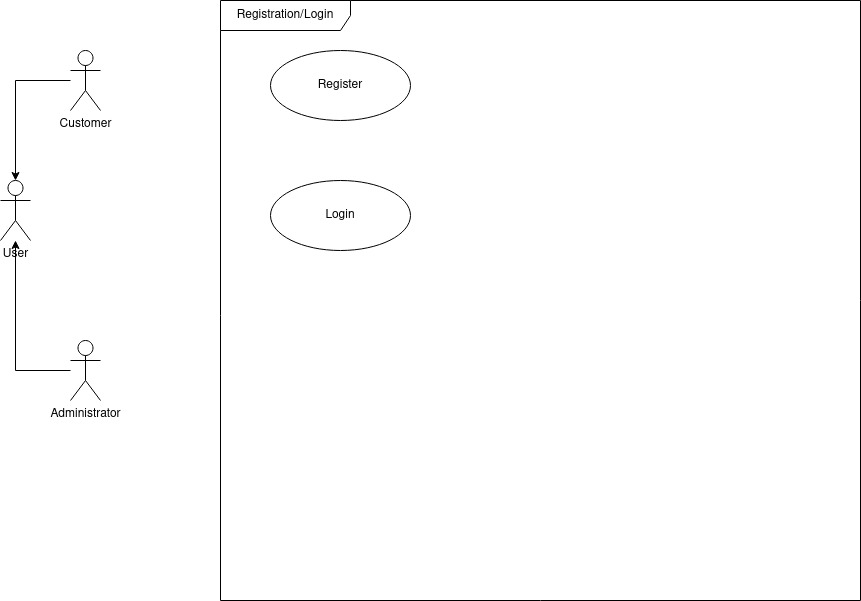
Above: models/usecase_registrationlogin.png in umb-hub/BookStore (draw.io), before the change. Source tidied: cells renumbered, new cells last; positions are measured from the earlier drawing's top-left corner, leaving out a move shared by most shapes. The source it was exported from:
```xml
<mxGraphModel>
  <root>
    <mxCell id="0" />
    <mxCell id="1" parent="0" />
    <mxCell id="2" value="Registration/Login" style="shape=umlFrame;whiteSpace=wrap;html=1;width=130;height=30;" parent="1" vertex="1">
      <mxGeometry x="220" width="640" height="600" as="geometry" />
    </mxCell>
    <mxCell id="3" value="&lt;div&gt;User&lt;/div&gt;" style="shape=umlActor;verticalLabelPosition=bottom;verticalAlign=top;html=1;" parent="1" vertex="1">
      <mxGeometry y="180" width="30" height="60" as="geometry" />
    </mxCell>
    <mxCell id="4" value="Login" style="ellipse;whiteSpace=wrap;html=1;" parent="1" vertex="1">
      <mxGeometry x="270" y="180" width="140" height="70" as="geometry" />
    </mxCell>
    <mxCell id="5" style="edgeStyle=orthogonalEdgeStyle;rounded=0;jettySize=auto;html=1;" parent="1" edge="1" source="6" target="3">
      <mxGeometry relative="1" as="geometry" />
    </mxCell>
    <mxCell id="6" value="Administrator" style="shape=umlActor;verticalLabelPosition=bottom;verticalAlign=top;html=1;" parent="1" vertex="1">
      <mxGeometry x="70" y="340" width="30" height="60" as="geometry" />
    </mxCell>
    <mxCell id="7" style="edgeStyle=orthogonalEdgeStyle;rounded=0;jettySize=auto;html=1;" parent="1" edge="1" source="8" target="3">
      <mxGeometry relative="1" as="geometry" />
    </mxCell>
    <mxCell id="8" value="Customer" style="shape=umlActor;verticalLabelPosition=bottom;verticalAlign=top;html=1;" parent="1" vertex="1">
      <mxGeometry x="70" y="50" width="30" height="60" as="geometry" />
    </mxCell>
    <mxCell id="9" value="Register" style="ellipse;whiteSpace=wrap;html=1;" parent="1" vertex="1">
      <mxGeometry x="270" y="50" width="140" height="70" as="geometry" />
    </mxCell>
  </root>
</mxGraphModel>
```
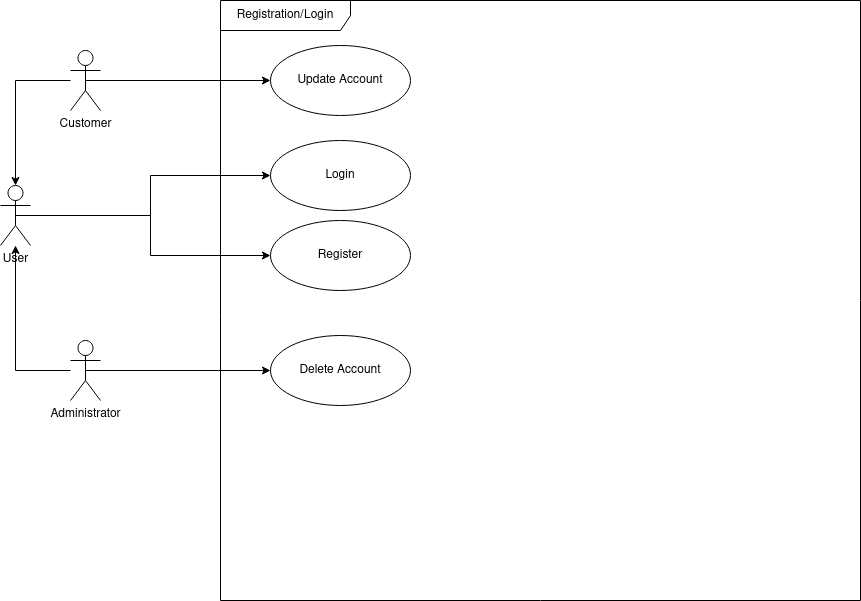
The same file after the commit.

Change to the diagram source:
```diff
@@ -5,26 +5,44 @@
     <mxCell id="2" value="Registration/Login" style="shape=umlFrame;whiteSpace=wrap;html=1;width=130;height=30;" parent="1" vertex="1">
       <mxGeometry x="220" width="640" height="600" as="geometry" />
     </mxCell>
+    <mxCell id="10" style="edgeStyle=orthogonalEdgeStyle;rounded=0;jettySize=auto;html=1;exitX=0.5;exitY=0.5;exitDx=0;exitDy=0;exitPerimeter=0;entryX=0;entryY=0.5;entryDx=0;entryDy=0;" parent="1" edge="1" source="3" target="4">
+      <mxGeometry relative="1" as="geometry" />
+    </mxCell>
+    <mxCell id="11" style="edgeStyle=orthogonalEdgeStyle;rounded=0;jettySize=auto;html=1;exitX=0.5;exitY=0.5;exitDx=0;exitDy=0;exitPerimeter=0;entryX=0;entryY=0.5;entryDx=0;entryDy=0;" parent="1" edge="1" source="3" target="9">
+      <mxGeometry relative="1" as="geometry" />
+    </mxCell>
     <mxCell id="3" value="&lt;div&gt;User&lt;/div&gt;" style="shape=umlActor;verticalLabelPosition=bottom;verticalAlign=top;html=1;" parent="1" vertex="1">
-      <mxGeometry y="180" width="30" height="60" as="geometry" />
+      <mxGeometry y="185" width="30" height="60" as="geometry" />
     </mxCell>
     <mxCell id="4" value="Login" style="ellipse;whiteSpace=wrap;html=1;" parent="1" vertex="1">
-      <mxGeometry x="270" y="180" width="140" height="70" as="geometry" />
+      <mxGeometry x="270" y="140" width="140" height="70" as="geometry" />
     </mxCell>
     <mxCell id="5" style="edgeStyle=orthogonalEdgeStyle;rounded=0;jettySize=auto;html=1;" parent="1" edge="1" source="6" target="3">
       <mxGeometry relative="1" as="geometry" />
     </mxCell>
+    <mxCell id="12" style="edgeStyle=orthogonalEdgeStyle;rounded=0;jettySize=auto;html=1;exitX=0.5;exitY=0.5;exitDx=0;exitDy=0;exitPerimeter=0;" parent="1" edge="1" source="6" target="15">
+      <mxGeometry relative="1" as="geometry" />
+    </mxCell>
     <mxCell id="6" value="Administrator" style="shape=umlActor;verticalLabelPosition=bottom;verticalAlign=top;html=1;" parent="1" vertex="1">
       <mxGeometry x="70" y="340" width="30" height="60" as="geometry" />
     </mxCell>
     <mxCell id="7" style="edgeStyle=orthogonalEdgeStyle;rounded=0;jettySize=auto;html=1;" parent="1" edge="1" source="8" target="3">
       <mxGeometry relative="1" as="geometry" />
     </mxCell>
+    <mxCell id="13" style="edgeStyle=orthogonalEdgeStyle;rounded=0;jettySize=auto;html=1;exitX=0.5;exitY=0.5;exitDx=0;exitDy=0;exitPerimeter=0;entryX=0;entryY=0.5;entryDx=0;entryDy=0;" parent="1" edge="1" source="8" target="14">
+      <mxGeometry relative="1" as="geometry" />
+    </mxCell>
     <mxCell id="8" value="Customer" style="shape=umlActor;verticalLabelPosition=bottom;verticalAlign=top;html=1;" parent="1" vertex="1">
       <mxGeometry x="70" y="50" width="30" height="60" as="geometry" />
     </mxCell>
     <mxCell id="9" value="Register" style="ellipse;whiteSpace=wrap;html=1;" parent="1" vertex="1">
-      <mxGeometry x="270" y="50" width="140" height="70" as="geometry" />
+      <mxGeometry x="270" y="220" width="140" height="70" as="geometry" />
     </mxCell>
+    <mxCell id="14" value="Update Account" style="ellipse;whiteSpace=wrap;html=1;" parent="1" vertex="1">
+      <mxGeometry x="270" y="45" width="140" height="70" as="geometry" />
+    </mxCell>
+    <mxCell id="15" value="Delete Account" style="ellipse;whiteSpace=wrap;html=1;" parent="1" vertex="1">
+      <mxGeometry x="270" y="335" width="140" height="70" as="geometry" />
+    </mxCell>
   </root>
 </mxGraphModel>
```
